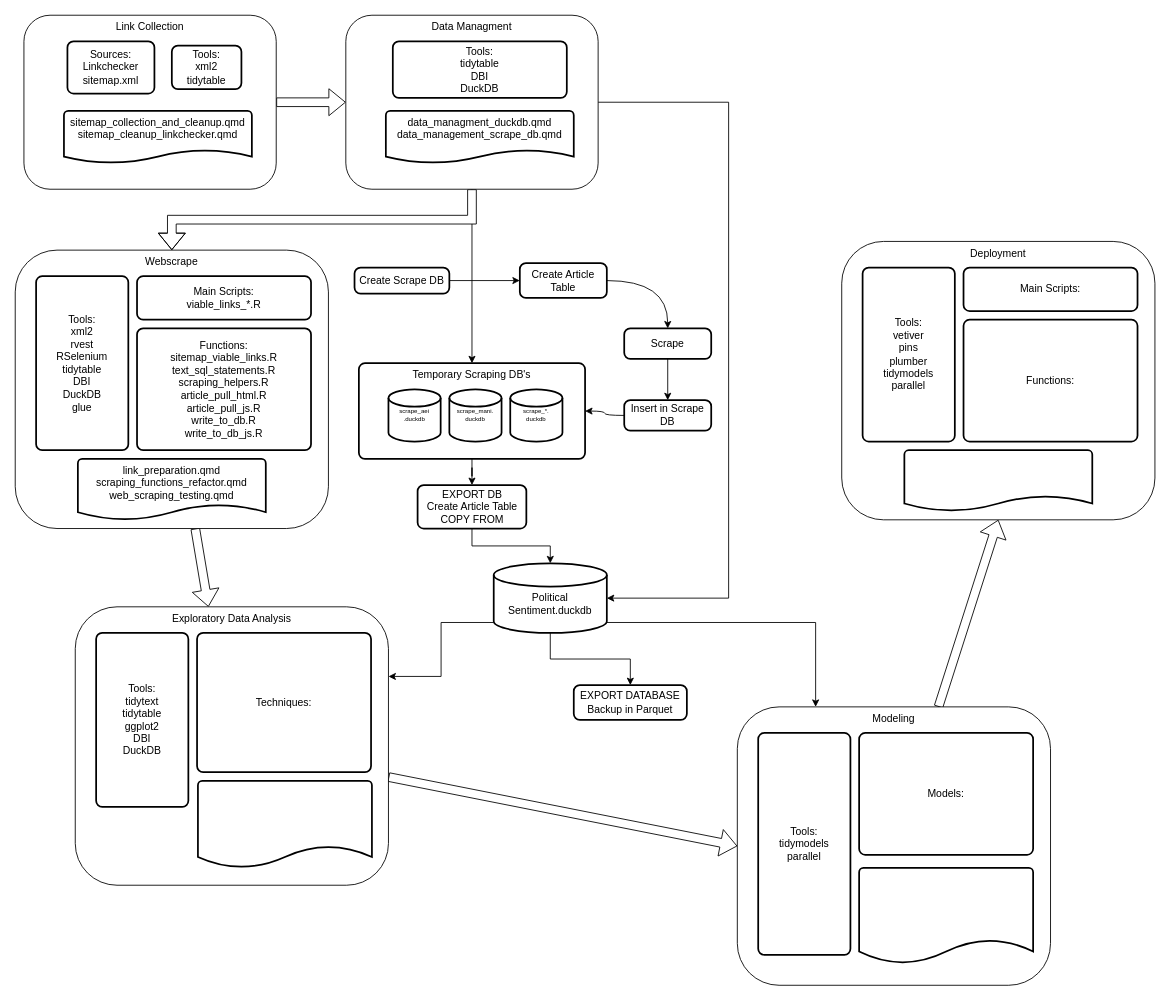
Above: content/project/Flow Chart.drawio in keenan-smith-data/political-sentiment (draw.io), before the change. Source tidied: cells renumbered, new cells numbered last; positions are measured from the earlier drawing's top-left corner, leaving out a move shared by most shapes. Both pictures are drawn from the tidied source at 87%, with x=0, y=0 at pixel (15, 15).
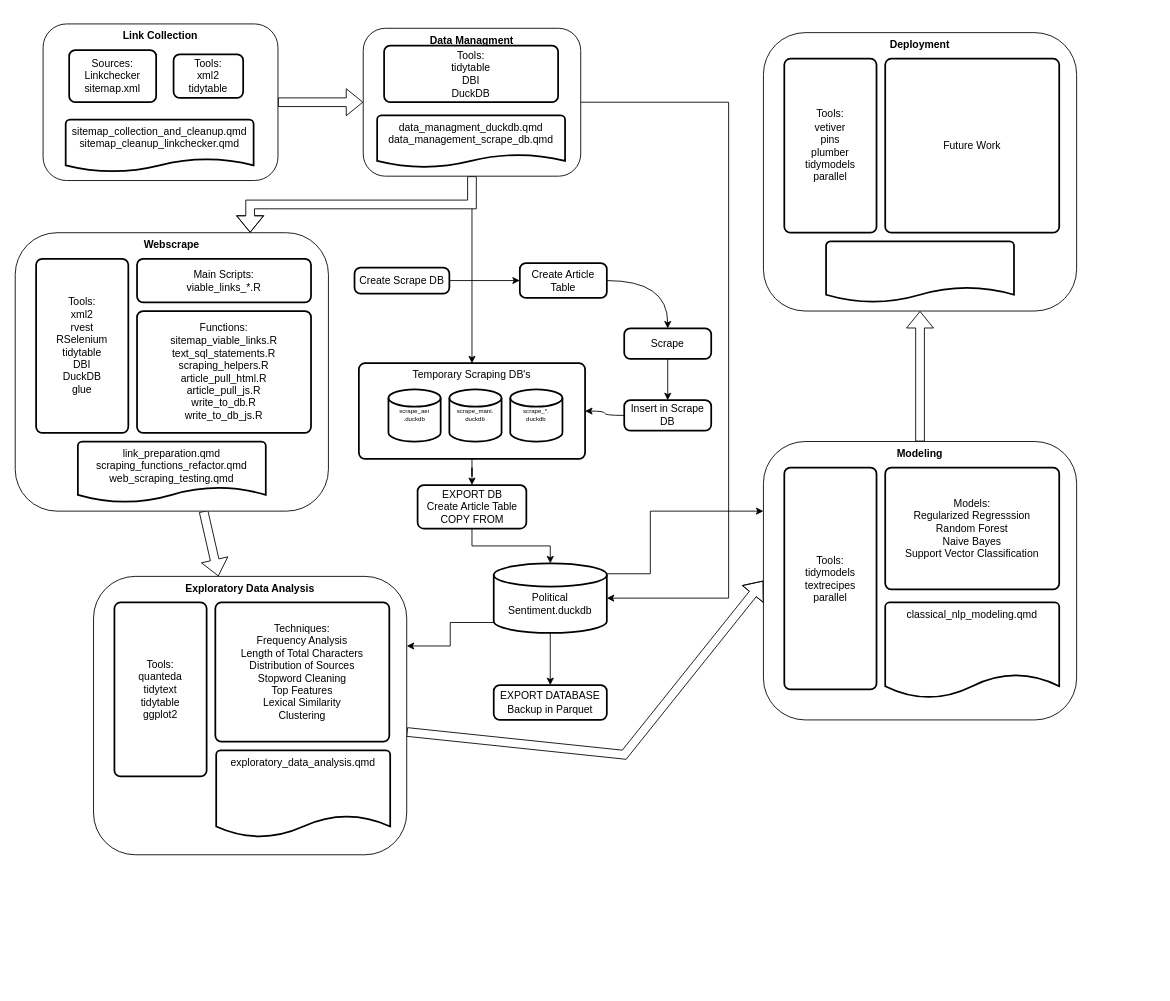
After the change.

Unchanged cells that the change refers to:
```xml
<mxCell id="9" value="&lt;br&gt;Political Sentiment.duckdb" style="strokeWidth=2;html=1;shape=mxgraph.flowchart.database;whiteSpace=wrap;align=center;verticalAlign=middle;" parent="1" vertex="1">
  <mxGeometry x="550" y="630" width="130" height="80" as="geometry" />
</mxCell>
```

Diff of the diagram source:
```diff
@@
-    <mxCell id="5" value="Link Collection" style="rounded=1;whiteSpace=wrap;html=1;fontSize=12;glass=0;strokeWidth=1;shadow=0;verticalAlign=top;" parent="1" vertex="1">
-      <mxGeometry x="10" width="290" height="200" as="geometry" />
+    <mxCell id="5" value="&lt;b&gt;Link Collection&lt;/b&gt;" style="rounded=1;whiteSpace=wrap;html=1;fontSize=12;glass=0;strokeWidth=1;shadow=0;verticalAlign=top;" parent="1" vertex="1">
+      <mxGeometry x="32" y="10" width="270" height="180" as="geometry" />
     </mxCell>
@@
-    <mxCell id="7" style="edgeStyle=orthogonalEdgeStyle;rounded=0;jettySize=auto;html=1;exitX=1;exitY=0.85;exitDx=0;exitDy=0;exitPerimeter=0;entryX=0.25;entryY=0;entryDx=0;entryDy=0;" parent="1" edge="1" source="9" target="45">
-      <mxGeometry relative="1" as="geometry" />
+    <mxCell id="7" style="edgeStyle=orthogonalEdgeStyle;rounded=0;jettySize=auto;html=1;exitX=1;exitY=0.15;exitDx=0;exitDy=0;exitPerimeter=0;entryX=0;entryY=0.25;entryDx=0;entryDy=0;" parent="1" edge="1" source="9" target="45">
+      <mxGeometry relative="1" as="geometry">
+        <Array as="points">
+          <mxPoint x="730" y="642" />
+          <mxPoint x="730" y="570" />
+        </Array>
+      </mxGeometry>
     </mxCell>
@@
     <mxCell id="10" value="sitemap_collection_and_cleanup.qmd&lt;br&gt;sitemap_cleanup_linkchecker.qmd" style="strokeWidth=2;html=1;shape=mxgraph.flowchart.document2;whiteSpace=wrap;size=0.25;verticalAlign=top;" parent="1" vertex="1">
-      <mxGeometry x="56" y="110" width="216" height="60" as="geometry" />
+      <mxGeometry x="58" y="120" width="216" height="60" as="geometry" />
     </mxCell>
     <mxCell id="11" value="Sources:&lt;br&gt;Linkchecker&lt;br&gt;sitemap.xml" style="rounded=1;whiteSpace=wrap;html=1;absoluteArcSize=1;arcSize=14;strokeWidth=2;" parent="1" vertex="1">
-      <mxGeometry x="60" y="30" width="100" height="60" as="geometry" />
+      <mxGeometry x="62" y="40" width="100" height="60" as="geometry" />
     </mxCell>
     <mxCell id="12" value="Tools:&lt;br&gt;xml2&lt;br&gt;tidytable" style="rounded=1;whiteSpace=wrap;html=1;absoluteArcSize=1;arcSize=14;strokeWidth=2;" parent="1" vertex="1">
-      <mxGeometry x="180" y="35" width="80" height="50" as="geometry" />
+      <mxGeometry x="182" y="45" width="80" height="50" as="geometry" />
     </mxCell>
@@
-    <mxCell id="15" style="edgeStyle=orthogonalEdgeStyle;rounded=0;jettySize=auto;html=1;exitX=0.5;exitY=1;exitDx=0;exitDy=0;entryX=0.5;entryY=0;entryDx=0;entryDy=0;shape=flexArrow;fillColor=#FFFFFF;fillStyle=solid;" parent="1" edge="1" source="16" target="23">
+    <mxCell id="15" style="edgeStyle=orthogonalEdgeStyle;rounded=0;jettySize=auto;html=1;exitX=0.5;exitY=1;exitDx=0;exitDy=0;entryX=0.75;entryY=0;entryDx=0;entryDy=0;shape=flexArrow;fillColor=#FFFFFF;fillStyle=solid;" parent="1" edge="1" source="16" target="23">
       <mxGeometry relative="1" as="geometry" />
     </mxCell>
-    <mxCell id="16" value="Data Managment" style="rounded=1;whiteSpace=wrap;html=1;fontSize=12;glass=0;strokeWidth=1;shadow=0;verticalAlign=top;" parent="1" vertex="1">
-      <mxGeometry x="380" width="290" height="200" as="geometry" />
+    <mxCell id="16" value="&lt;b&gt;Data Managment&lt;/b&gt;" style="rounded=1;whiteSpace=wrap;html=1;fontSize=12;glass=0;strokeWidth=1;shadow=0;verticalAlign=top;" parent="1" vertex="1">
+      <mxGeometry x="400" y="15" width="250" height="170" as="geometry" />
     </mxCell>
     <mxCell id="17" value="data_managment_duckdb.qmd&lt;br&gt;data_management_scrape_db.qmd" style="strokeWidth=2;html=1;shape=mxgraph.flowchart.document2;whiteSpace=wrap;size=0.25;verticalAlign=top;" parent="1" vertex="1">
-      <mxGeometry x="426" y="110" width="216" height="60" as="geometry" />
+      <mxGeometry x="416" y="115" width="216" height="60" as="geometry" />
     </mxCell>
     <mxCell id="18" value="Tools:&lt;br&gt;tidytable&lt;br&gt;DBI&lt;br&gt;DuckDB" style="rounded=1;whiteSpace=wrap;html=1;absoluteArcSize=1;arcSize=14;strokeWidth=2;" parent="1" vertex="1">
-      <mxGeometry x="434" y="30" width="200" height="65" as="geometry" />
+      <mxGeometry x="424" y="35" width="200" height="65" as="geometry" />
     </mxCell>
@@
-    <mxCell id="23" value="Webscrape" style="rounded=1;whiteSpace=wrap;html=1;fontSize=12;glass=0;strokeWidth=1;shadow=0;verticalAlign=top;" parent="1" vertex="1">
-      <mxGeometry y="270" width="360" height="320" as="geometry" />
+    <mxCell id="23" value="&lt;b&gt;Webscrape&lt;/b&gt;" style="rounded=1;whiteSpace=wrap;html=1;fontSize=12;glass=0;strokeWidth=1;shadow=0;verticalAlign=top;" parent="1" vertex="1">
+      <mxGeometry y="250" width="360" height="320" as="geometry" />
     </mxCell>
     <mxCell id="24" value="link_preparation.qmd&lt;br&gt;scraping_functions_refactor.qmd&lt;br&gt;web_scraping_testing.qmd" style="strokeWidth=2;html=1;shape=mxgraph.flowchart.document2;whiteSpace=wrap;size=0.25;verticalAlign=top;" parent="1" vertex="1">
-      <mxGeometry x="72" y="510" width="216" height="70" as="geometry" />
+      <mxGeometry x="72" y="490" width="216" height="70" as="geometry" />
     </mxCell>
     <mxCell id="25" value="Tools:&lt;br&gt;xml2&lt;br&gt;rvest&lt;br&gt;RSelenium&lt;br&gt;tidytable&lt;br&gt;DBI&lt;br&gt;DuckDB&lt;br&gt;glue" style="rounded=1;whiteSpace=wrap;html=1;absoluteArcSize=1;arcSize=14;strokeWidth=2;align=center;" parent="1" vertex="1">
-      <mxGeometry x="24" y="300" width="106" height="200" as="geometry" />
+      <mxGeometry x="24" y="280" width="106" height="200" as="geometry" />
     </mxCell>
     <mxCell id="26" value="Functions:&lt;br&gt;sitemap_viable_links.R&lt;br&gt;text_sql_statements.R&lt;br&gt;scraping_helpers.R&lt;br&gt;article_pull_html.R&lt;br&gt;article_pull_js.R&lt;br&gt;write_to_db.R&lt;br&gt;write_to_db_js.R" style="rounded=1;whiteSpace=wrap;html=1;absoluteArcSize=1;arcSize=14;strokeWidth=2;" parent="1" vertex="1">
-      <mxGeometry x="140" y="360" width="200" height="140" as="geometry" />
+      <mxGeometry x="140" y="340" width="200" height="140" as="geometry" />
     </mxCell>
     <mxCell id="27" value="Main Scripts:&lt;br&gt;viable_links_*.R" style="rounded=1;whiteSpace=wrap;html=1;absoluteArcSize=1;arcSize=14;strokeWidth=2;" parent="1" vertex="1">
-      <mxGeometry x="140" y="300" width="200" height="50" as="geometry" />
+      <mxGeometry x="140" y="280" width="200" height="50" as="geometry" />
     </mxCell>
@@
     <mxCell id="38" value="EXPORT DATABASE&lt;br&gt;Backup in Parquet" style="rounded=1;whiteSpace=wrap;html=1;absoluteArcSize=1;arcSize=14;strokeWidth=2;" parent="1" vertex="1">
-      <mxGeometry x="642" y="770" width="130" height="40" as="geometry" />
+      <mxGeometry x="550" y="770" width="130" height="40" as="geometry" />
     </mxCell>
     <mxCell id="39" style="rounded=0;jettySize=auto;html=1;entryX=0;entryY=0.5;entryDx=0;entryDy=0;shape=flexArrow;fillColor=#FFFFFF;" parent="1" edge="1" source="40" target="45">
-      <mxGeometry relative="1" as="geometry" />
+      <mxGeometry relative="1" as="geometry">
+        <Array as="points">
+          <mxPoint x="700" y="850" />
+        </Array>
+      </mxGeometry>
     </mxCell>
-    <mxCell id="40" value="Exploratory Data Analysis" style="rounded=1;whiteSpace=wrap;html=1;fontSize=12;glass=0;strokeWidth=1;shadow=0;verticalAlign=top;" parent="1" vertex="1">
-      <mxGeometry x="69" y="680" width="360" height="320" as="geometry" />
+    <mxCell id="40" value="&lt;b&gt;Exploratory Data Analysis&lt;/b&gt;" style="rounded=1;whiteSpace=wrap;html=1;fontSize=12;glass=0;strokeWidth=1;shadow=0;verticalAlign=top;" parent="1" vertex="1">
+      <mxGeometry x="90" y="645" width="360" height="320" as="geometry" />
     </mxCell>
-    <mxCell id="41" style="strokeWidth=2;html=1;shape=mxgraph.flowchart.document2;whiteSpace=wrap;size=0.25;verticalAlign=top;" parent="1" vertex="1">
-      <mxGeometry x="210" y="880" width="200" height="100" as="geometry" />
+    <mxCell id="41" value="exploratory_data_analysis.qmd" style="strokeWidth=2;html=1;shape=mxgraph.flowchart.document2;whiteSpace=wrap;size=0.25;verticalAlign=top;" parent="1" vertex="1">
+      <mxGeometry x="231" y="845" width="200" height="100" as="geometry" />
     </mxCell>
-    <mxCell id="42" value="Tools:&lt;br&gt;tidytext&lt;br&gt;tidytable&lt;br&gt;ggplot2&lt;br&gt;DBI&lt;br&gt;DuckDB" style="rounded=1;whiteSpace=wrap;html=1;absoluteArcSize=1;arcSize=14;strokeWidth=2;align=center;" parent="1" vertex="1">
-      <mxGeometry x="93" y="710" width="106" height="200" as="geometry" />
+    <mxCell id="42" value="Tools:&lt;br&gt;quanteda&lt;br&gt;tidytext&lt;br&gt;tidytable&lt;br&gt;ggplot2" style="rounded=1;whiteSpace=wrap;html=1;absoluteArcSize=1;arcSize=14;strokeWidth=2;align=center;" parent="1" vertex="1">
+      <mxGeometry x="114" y="675" width="106" height="200" as="geometry" />
     </mxCell>
-    <mxCell id="43" value="Techniques:&lt;br&gt;" style="rounded=1;whiteSpace=wrap;html=1;absoluteArcSize=1;arcSize=14;strokeWidth=2;" parent="1" vertex="1">
-      <mxGeometry x="209" y="710" width="200" height="160" as="geometry" />
+    <mxCell id="43" value="Techniques:&lt;br&gt;Frequency Analysis&lt;br&gt;Length of Total Characters&lt;br&gt;Distribution of Sources&lt;br&gt;Stopword Cleaning&lt;br&gt;Top Features&lt;br&gt;Lexical Similarity&lt;br&gt;Clustering" style="rounded=1;whiteSpace=wrap;html=1;absoluteArcSize=1;arcSize=14;strokeWidth=2;" parent="1" vertex="1">
+      <mxGeometry x="230" y="675" width="200" height="160" as="geometry" />
     </mxCell>
@@
-    <mxCell id="45" value="Modeling" style="rounded=1;whiteSpace=wrap;html=1;fontSize=12;glass=0;strokeWidth=1;shadow=0;verticalAlign=top;" parent="1" vertex="1">
-      <mxGeometry x="830" y="795" width="360" height="320" as="geometry" />
+    <mxCell id="45" value="&lt;b&gt;Modeling&lt;/b&gt;" style="rounded=1;whiteSpace=wrap;html=1;fontSize=12;glass=0;strokeWidth=1;shadow=0;verticalAlign=top;" parent="1" vertex="1">
+      <mxGeometry x="860" y="490" width="360" height="320" as="geometry" />
     </mxCell>
-    <mxCell id="46" style="strokeWidth=2;html=1;shape=mxgraph.flowchart.document2;whiteSpace=wrap;size=0.25;verticalAlign=top;" parent="1" vertex="1">
-      <mxGeometry x="970" y="980" width="200" height="110" as="geometry" />
+    <mxCell id="46" value="classical_nlp_modeling.qmd" style="strokeWidth=2;html=1;shape=mxgraph.flowchart.document2;whiteSpace=wrap;size=0.25;verticalAlign=top;" parent="1" vertex="1">
+      <mxGeometry x="1000" y="675" width="200" height="110" as="geometry" />
     </mxCell>
-    <mxCell id="47" value="Tools:&lt;br&gt;tidymodels&lt;br&gt;parallel" style="rounded=1;whiteSpace=wrap;html=1;absoluteArcSize=1;arcSize=14;strokeWidth=2;align=center;" parent="1" vertex="1">
-      <mxGeometry x="854" y="825" width="106" height="255" as="geometry" />
+    <mxCell id="47" value="Tools:&lt;br&gt;tidymodels&lt;br&gt;textrecipes&lt;br&gt;parallel" style="rounded=1;whiteSpace=wrap;html=1;absoluteArcSize=1;arcSize=14;strokeWidth=2;align=center;" parent="1" vertex="1">
+      <mxGeometry x="884" y="520" width="106" height="255" as="geometry" />
     </mxCell>
-    <mxCell id="48" value="Models:" style="rounded=1;whiteSpace=wrap;html=1;absoluteArcSize=1;arcSize=14;strokeWidth=2;" parent="1" vertex="1">
-      <mxGeometry x="970" y="825" width="200" height="140" as="geometry" />
+    <mxCell id="48" value="Models:&lt;br&gt;Regularized Regresssion&lt;br&gt;Random Forest&lt;br&gt;Naive Bayes&lt;br&gt;Support Vector Classification" style="rounded=1;whiteSpace=wrap;html=1;absoluteArcSize=1;arcSize=14;strokeWidth=2;" parent="1" vertex="1">
+      <mxGeometry x="1000" y="520" width="200" height="140" as="geometry" />
     </mxCell>
-    <mxCell id="49" value="Deployment" style="rounded=1;whiteSpace=wrap;html=1;fontSize=12;glass=0;strokeWidth=1;shadow=0;verticalAlign=top;" parent="1" vertex="1">
-      <mxGeometry x="950" y="260" width="360" height="320" as="geometry" />
+    <mxCell id="49" value="&lt;b&gt;Deployment&lt;/b&gt;" style="rounded=1;whiteSpace=wrap;html=1;fontSize=12;glass=0;strokeWidth=1;shadow=0;verticalAlign=top;" parent="1" vertex="1">
+      <mxGeometry x="860" y="20" width="360" height="320" as="geometry" />
     </mxCell>
     <mxCell id="50" style="strokeWidth=2;html=1;shape=mxgraph.flowchart.document2;whiteSpace=wrap;size=0.25;verticalAlign=top;" parent="1" vertex="1">
-      <mxGeometry x="1022" y="500" width="216" height="70" as="geometry" />
+      <mxGeometry x="932" y="260" width="216" height="70" as="geometry" />
     </mxCell>
     <mxCell id="51" value="Tools:&lt;br&gt;vetiver&lt;br&gt;pins&lt;br&gt;plumber&lt;br&gt;tidymodels&lt;br&gt;parallel" style="rounded=1;whiteSpace=wrap;html=1;absoluteArcSize=1;arcSize=14;strokeWidth=2;align=center;" parent="1" vertex="1">
-      <mxGeometry x="974" y="290" width="106" height="200" as="geometry" />
+      <mxGeometry x="884" y="50" width="106" height="200" as="geometry" />
     </mxCell>
-    <mxCell id="52" value="Functions:" style="rounded=1;whiteSpace=wrap;html=1;absoluteArcSize=1;arcSize=14;strokeWidth=2;" parent="1" vertex="1">
-      <mxGeometry x="1090" y="350" width="200" height="140" as="geometry" />
+    <mxCell id="52" value="Future Work" style="rounded=1;whiteSpace=wrap;html=1;absoluteArcSize=1;arcSize=14;strokeWidth=2;" parent="1" vertex="1">
+      <mxGeometry x="1000" y="50" width="200" height="200" as="geometry" />
     </mxCell>
-    <mxCell id="53" value="Main Scripts:&lt;br&gt;" style="rounded=1;whiteSpace=wrap;html=1;absoluteArcSize=1;arcSize=14;strokeWidth=2;" parent="1" vertex="1">
-      <mxGeometry x="1090" y="290" width="200" height="50" as="geometry" />
-    </mxCell>
```
